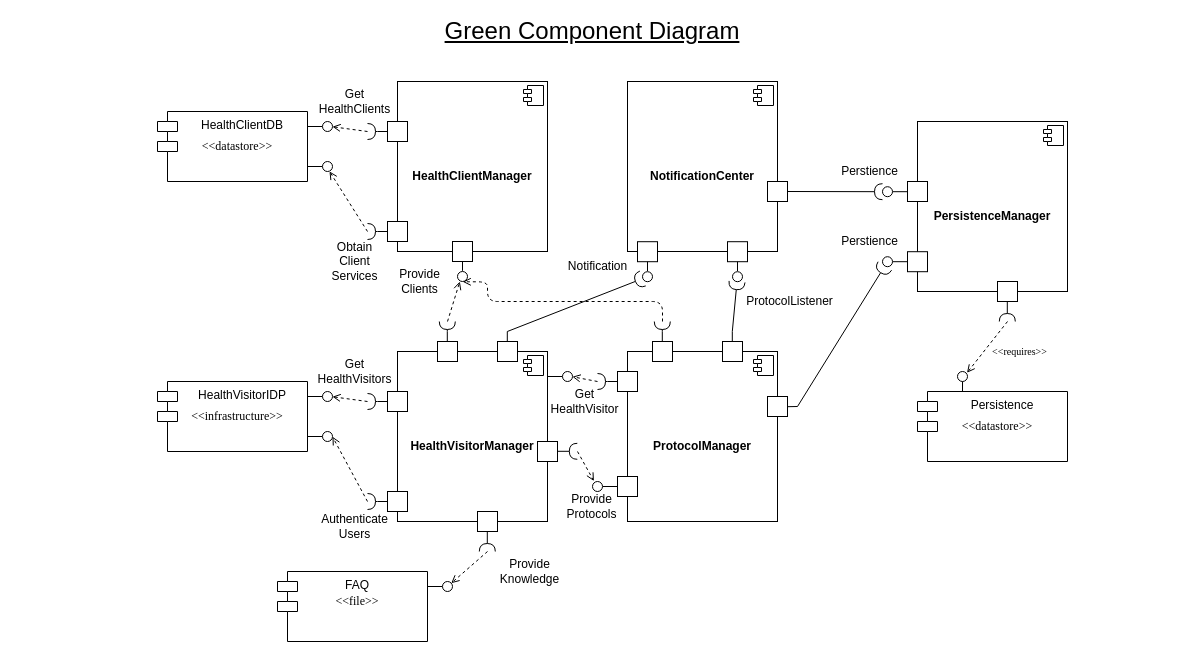
The draw.io diagram doc/task05/ComponentDiagram.drawio in moera1/ch.bfh.bti7081.s2020.green, before the edit. Source tidied: cells renumbered, new cells numbered last; positions are measured from the earlier drawing's top-left corner, leaving out a move shared by most shapes. Both pictures are drawn from the tidied source at 100%, with x=0, y=0 at pixel (17, 21).
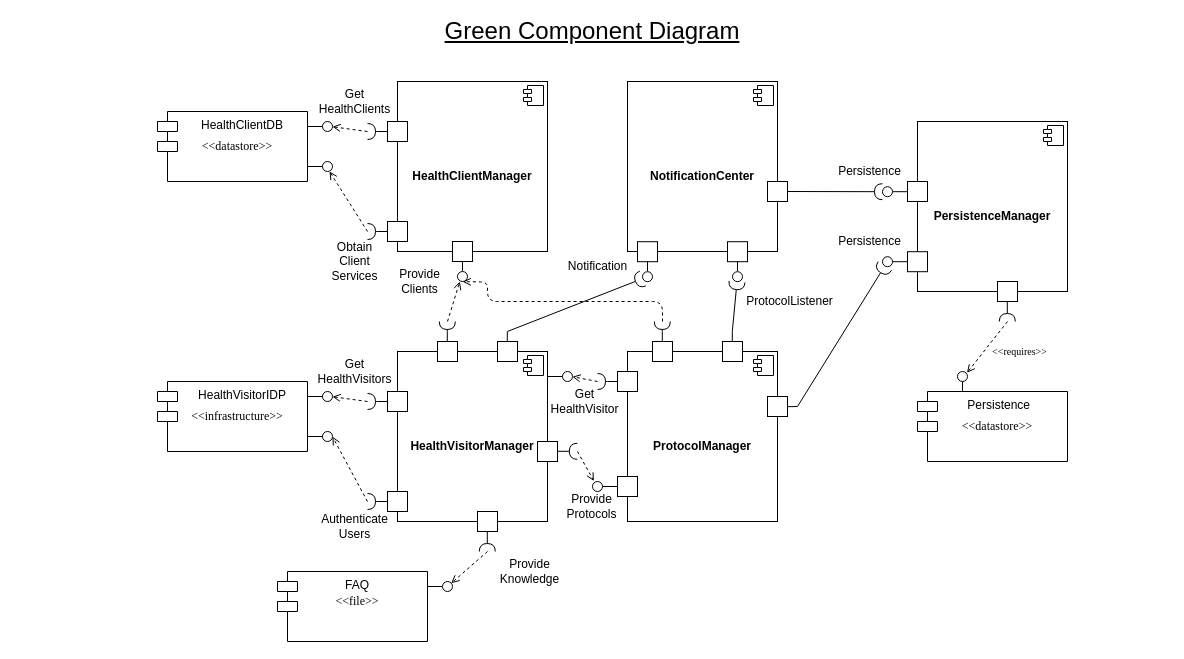
Above is the later version.

The edit, as a diff of the source:
```diff
@@
-    <mxCell id="25" value="Persistence" style="shape=module;align=left;spacingLeft=20;align=center;verticalAlign=top;" parent="1" vertex="1">
+    <mxCell id="25" value="Persistence  " style="shape=module;align=left;spacingLeft=20;align=center;verticalAlign=top;fontStyle=0;" parent="1" vertex="1">
       <mxGeometry x="900" y="370" width="150" height="70" as="geometry" />
     </mxCell>
@@
-    <mxCell id="66" value="Perstience" style="text;html=1;strokeColor=none;fillColor=none;align=center;verticalAlign=middle;whiteSpace=wrap;rounded=0;" parent="1" vertex="1">
+    <mxCell id="66" value="Persistence" style="text;html=1;strokeColor=none;fillColor=none;align=center;verticalAlign=middle;whiteSpace=wrap;rounded=0;" parent="1" vertex="1">
       <mxGeometry x="820" y="210" width="65" height="20" as="geometry" />
     </mxCell>
@@
-    <mxCell id="79" value="Perstience" style="text;html=1;strokeColor=none;fillColor=none;align=center;verticalAlign=middle;whiteSpace=wrap;rounded=0;" parent="1" vertex="1">
+    <mxCell id="79" value="Persistence" style="text;html=1;strokeColor=none;fillColor=none;align=center;verticalAlign=middle;whiteSpace=wrap;rounded=0;" parent="1" vertex="1">
       <mxGeometry x="820" y="140" width="65" height="20" as="geometry" />
     </mxCell>
```
